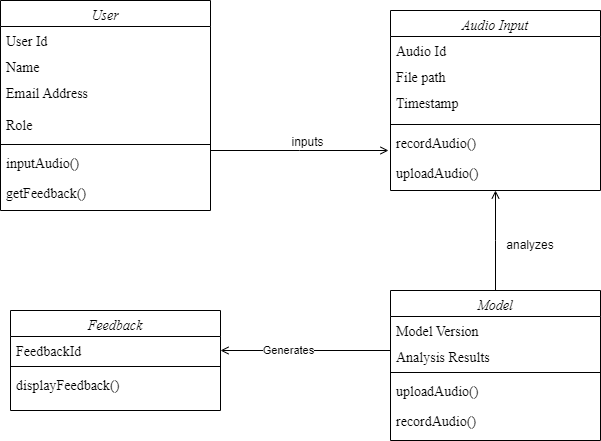
Before: AMDClassDiagram.drawio.png, a diagram exported from draw.io (JoshiPrabin/Diagrams). Source tidied: cells renumbered, new cells last; positions are measured from the earlier drawing's top-left corner, leaving out a move shared by most shapes.
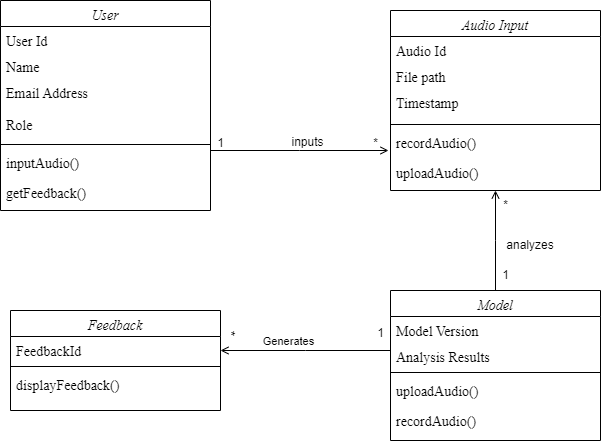
After the commit.

Commit message:
Updated class diagram

What changed in the source:
```diff
@@ -134,7 +134,27 @@
       </mxGeometry>
     </mxCell>
     <mxCell id="38" value="Generates" style="edgeLabel;html=1;align=center;verticalAlign=middle;" parent="35" vertex="1">
-      <mxGeometry x="0.21" y="-1" relative="1" as="geometry" />
+      <mxGeometry x="0.21" y="-1" relative="1" as="geometry">
+        <mxPoint y="-9" as="offset" />
+      </mxGeometry>
     </mxCell>
+    <mxCell id="39" value="1" style="text;html=1;align=center;verticalAlign=middle;strokeColor=none;fillColor=none;" parent="1" vertex="1">
+      <mxGeometry x="205" y="128" width="30" height="30" as="geometry" />
+    </mxCell>
+    <mxCell id="40" value="*" style="text;html=1;align=center;verticalAlign=middle;strokeColor=none;fillColor=none;" parent="1" vertex="1">
+      <mxGeometry x="360" y="128" width="30" height="30" as="geometry" />
+    </mxCell>
+    <mxCell id="41" value="1" style="text;html=1;align=center;verticalAlign=middle;strokeColor=none;fillColor=none;" parent="1" vertex="1">
+      <mxGeometry x="490" y="260" width="30" height="30" as="geometry" />
+    </mxCell>
+    <mxCell id="42" value="*" style="text;html=1;align=center;verticalAlign=middle;strokeColor=none;fillColor=none;" parent="1" vertex="1">
+      <mxGeometry x="490" y="190" width="30" height="30" as="geometry" />
+    </mxCell>
+    <mxCell id="43" value="1" style="text;html=1;align=center;verticalAlign=middle;strokeColor=none;fillColor=none;" parent="1" vertex="1">
+      <mxGeometry x="365" y="318" width="30" height="30" as="geometry" />
+    </mxCell>
+    <mxCell id="44" value="*" style="text;html=1;align=center;verticalAlign=middle;strokeColor=none;fillColor=none;rotation=90;" parent="1" vertex="1">
+      <mxGeometry x="215" y="318" width="30" height="30" as="geometry" />
+    </mxCell>
   </root>
 </mxGraphModel>
```
